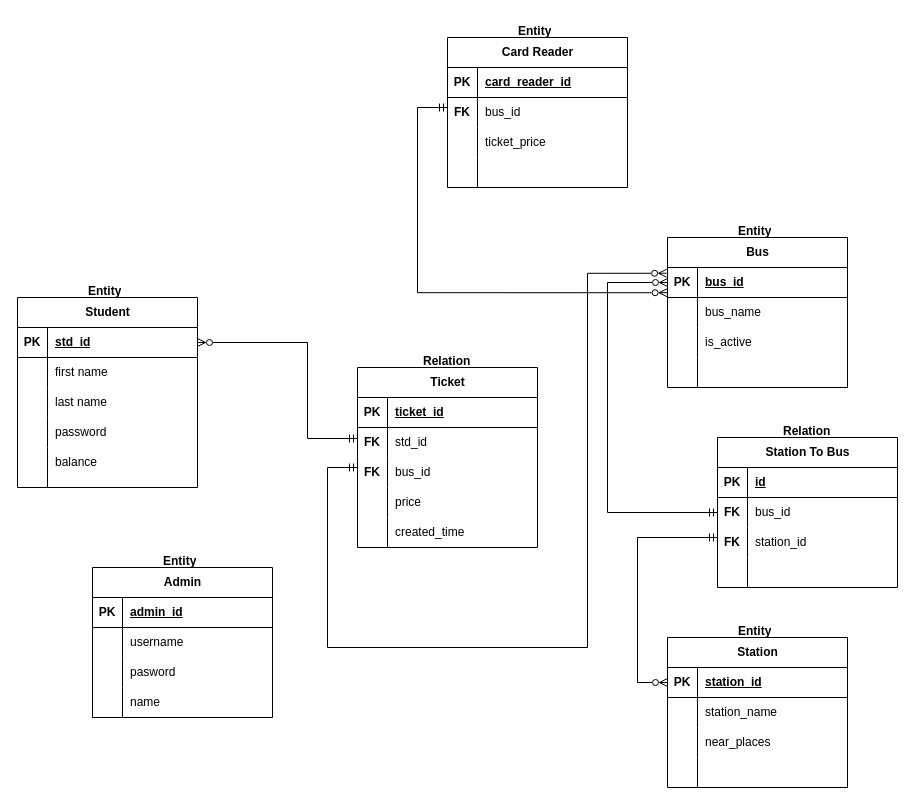
Above: entity_diagrams.drawio in srbmm/bus_ticket_server (draw.io), before the change. Source tidied: cells renumbered, new cells numbered last; positions are measured from the earlier drawing's top-left corner, leaving out a move shared by most shapes. Both pictures are drawn from the tidied source at 100%, with x=0, y=0 at pixel (17, 17).
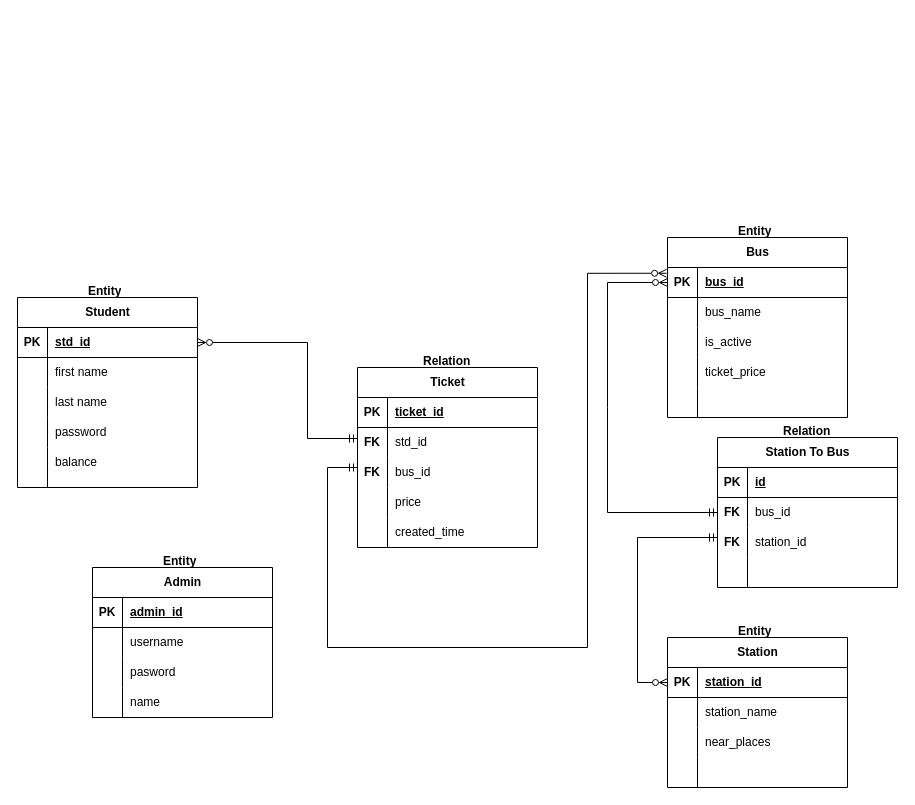
Above is the later version.

Unchanged cells that the change refers to:
```xml
<mxCell id="47" style="shape=tableRow;horizontal=0;startSize=0;swimlaneHead=0;swimlaneBody=0;fillColor=none;points=[[0,0.5],[1,0.5]];portConstraint=eastwest;top=0;left=0;right=0;bottom=1;" parent="46" vertex="1">
  <mxGeometry y="30" width="180" height="30" as="geometry" />
</mxCell>
<mxCell id="97" style="shape=tableRow;horizontal=0;startSize=0;swimlaneHead=0;swimlaneBody=0;fillColor=none;points=[[0,0.5],[1,0.5]];portConstraint=eastwest;top=0;left=0;right=0;bottom=0;" parent="93" vertex="1">
  <mxGeometry y="60" width="180" height="30" as="geometry" />
</mxCell>
```

Change to the diagram source:
```diff
@@
     <mxCell id="46" value="Bus" style="shape=table;startSize=30;childLayout=tableLayout;rowLines=0;fontStyle=1;align=center;html=1;" parent="1" vertex="1">
-      <mxGeometry x="650" y="220" width="180" height="150" as="geometry" />
+      <mxGeometry x="650" y="220" width="180" height="180" as="geometry" />
     </mxCell>
@@
+    <mxCell id="81" style="shape=tableRow;horizontal=0;startSize=0;swimlaneHead=0;swimlaneBody=0;fillColor=none;top=0;left=0;right=0;bottom=0;" parent="46" vertex="1">
+      <mxGeometry y="120" width="180" height="30" as="geometry" />
+    </mxCell>
+    <mxCell id="82" style="shape=partialRectangle;fillColor=none;top=0;left=0;bottom=0;right=0;overflow=hidden;whiteSpace=wrap;html=1;" parent="81" vertex="1">
+      <mxGeometry width="30" height="30" as="geometry" />
+    </mxCell>
+    <mxCell id="83" value="ticket_price" style="shape=partialRectangle;fillColor=none;top=0;left=0;bottom=0;right=0;align=left;spacingLeft=6;overflow=hidden;whiteSpace=wrap;html=1;" parent="81" vertex="1">
+      <mxGeometry x="30" width="150" height="30" as="geometry" />
+    </mxCell>
     <mxCell id="56" style="shape=tableRow;horizontal=0;startSize=0;swimlaneHead=0;swimlaneBody=0;fillColor=none;top=0;left=0;right=0;bottom=0;" parent="46" vertex="1">
-      <mxGeometry y="120" width="180" height="30" as="geometry" />
+      <mxGeometry y="150" width="180" height="30" as="geometry" />
     </mxCell>
@@
-    <mxCell id="74" value="Card Reader" style="shape=table;startSize=30;childLayout=tableLayout;rowLines=0;fontStyle=1;align=center;html=1;" parent="1" vertex="1">
-      <mxGeometry x="430" y="20" width="180" height="150" as="geometry" />
-    </mxCell>
-    <mxCell id="75" style="shape=tableRow;horizontal=0;startSize=0;swimlaneHead=0;swimlaneBody=0;fillColor=none;top=0;left=0;right=0;bottom=1;" parent="74" vertex="1">
-      <mxGeometry y="30" width="180" height="30" as="geometry" />
-    </mxCell>
-    <mxCell id="76" value="PK" style="shape=partialRectangle;fillColor=none;top=0;left=0;bottom=0;right=0;fontStyle=1;overflow=hidden;whiteSpace=wrap;html=1;" parent="75" vertex="1">
-      <mxGeometry width="30" height="30" as="geometry" />
-    </mxCell>
-    <mxCell id="77" value="card_reader_id" style="shape=partialRectangle;fillColor=none;top=0;left=0;bottom=0;right=0;align=left;spacingLeft=6;fontStyle=5;overflow=hidden;whiteSpace=wrap;html=1;" parent="75" vertex="1">
-      <mxGeometry x="30" width="150" height="30" as="geometry" />
-    </mxCell>
-    <mxCell id="78" style="shape=tableRow;horizontal=0;startSize=0;swimlaneHead=0;swimlaneBody=0;fillColor=none;top=0;left=0;right=0;bottom=0;" parent="74" vertex="1">
-      <mxGeometry y="60" width="180" height="30" as="geometry" />
-    </mxCell>
-    <mxCell id="79" style="shape=partialRectangle;fillColor=none;top=0;left=0;bottom=0;right=0;overflow=hidden;whiteSpace=wrap;html=1;" parent="78" vertex="1">
-      <mxGeometry width="30" height="30" as="geometry" />
-    </mxCell>
-    <mxCell id="80" value="bus_id" style="shape=partialRectangle;fillColor=none;top=0;left=0;bottom=0;right=0;align=left;spacingLeft=6;overflow=hidden;whiteSpace=wrap;html=1;" parent="78" vertex="1">
-      <mxGeometry x="30" width="150" height="30" as="geometry" />
-    </mxCell>
-    <mxCell id="81" style="shape=tableRow;horizontal=0;startSize=0;swimlaneHead=0;swimlaneBody=0;fillColor=none;top=0;left=0;right=0;bottom=0;" parent="74" vertex="1">
-      <mxGeometry y="90" width="180" height="30" as="geometry" />
-    </mxCell>
-    <mxCell id="82" style="shape=partialRectangle;fillColor=none;top=0;left=0;bottom=0;right=0;overflow=hidden;whiteSpace=wrap;html=1;" parent="81" vertex="1">
-      <mxGeometry width="30" height="30" as="geometry" />
-    </mxCell>
-    <mxCell id="83" value="ticket_price" style="shape=partialRectangle;fillColor=none;top=0;left=0;bottom=0;right=0;align=left;spacingLeft=6;overflow=hidden;whiteSpace=wrap;html=1;" parent="81" vertex="1">
-      <mxGeometry x="30" width="150" height="30" as="geometry" />
-    </mxCell>
-    <mxCell id="84" style="shape=tableRow;horizontal=0;startSize=0;swimlaneHead=0;swimlaneBody=0;fillColor=none;top=0;left=0;right=0;bottom=0;" parent="74" vertex="1">
-      <mxGeometry y="120" width="180" height="30" as="geometry" />
-    </mxCell>
-    <mxCell id="85" style="shape=partialRectangle;fillColor=none;top=0;left=0;bottom=0;right=0;overflow=hidden;whiteSpace=wrap;html=1;" parent="84" vertex="1">
-      <mxGeometry width="30" height="30" as="geometry" />
-    </mxCell>
-    <mxCell id="86" style="shape=partialRectangle;fillColor=none;top=0;left=0;bottom=0;right=0;align=left;spacingLeft=6;overflow=hidden;whiteSpace=wrap;html=1;" parent="84" vertex="1">
-      <mxGeometry x="30" width="150" height="30" as="geometry" />
-    </mxCell>
-    <mxCell id="87" value="FK" style="shape=partialRectangle;fillColor=none;top=0;left=0;bottom=0;right=0;fontStyle=1;overflow=hidden;whiteSpace=wrap;html=1;" parent="1" vertex="1">
-      <mxGeometry x="430" y="80" width="30" height="30" as="geometry" />
-    </mxCell>
@@
-    <mxCell id="92" style="edgeStyle=orthogonalEdgeStyle;rounded=0;jettySize=auto;html=1;endArrow=ERmandOne;endFill=0;startArrow=ERzeroToMany;startFill=0;exitX=-0.002;exitY=0.841;exitDx=0;exitDy=0;exitPerimeter=0;" parent="1" edge="1" source="47">
-      <mxGeometry relative="1" as="geometry">
-        <mxPoint x="430" y="90" as="targetPoint" />
-        <Array as="points">
-          <mxPoint x="400" y="275" />
-          <mxPoint x="400" y="90" />
-        </Array>
-      </mxGeometry>
-    </mxCell>
@@
     <mxCell id="106" style="endArrow=ERzeroToMany;html=1;rounded=0;entryX=0;entryY=0.5;entryDx=0;entryDy=0;exitX=0;exitY=0.5;exitDx=0;exitDy=0;endFill=0;startArrow=ERmandOne;startFill=0;" parent="1" edge="1" source="97" target="47">
       <mxGeometry relative="1" as="geometry">
         <Array as="points">
           <mxPoint x="590" y="495" />
+          <mxPoint x="590" y="390" />
           <mxPoint x="590" y="265" />
         </Array>
       </mxGeometry>
     </mxCell>
@@
-    <mxCell id="111" value="&lt;b&gt;Entity&lt;/b&gt;" style="text;strokeColor=none;fillColor=none;spacingLeft=4;spacingRight=4;overflow=hidden;fontSize=12;whiteSpace=wrap;html=1;" parent="1" vertex="1">
-      <mxGeometry x="495" width="50" height="30" as="geometry" />
-    </mxCell>
```
